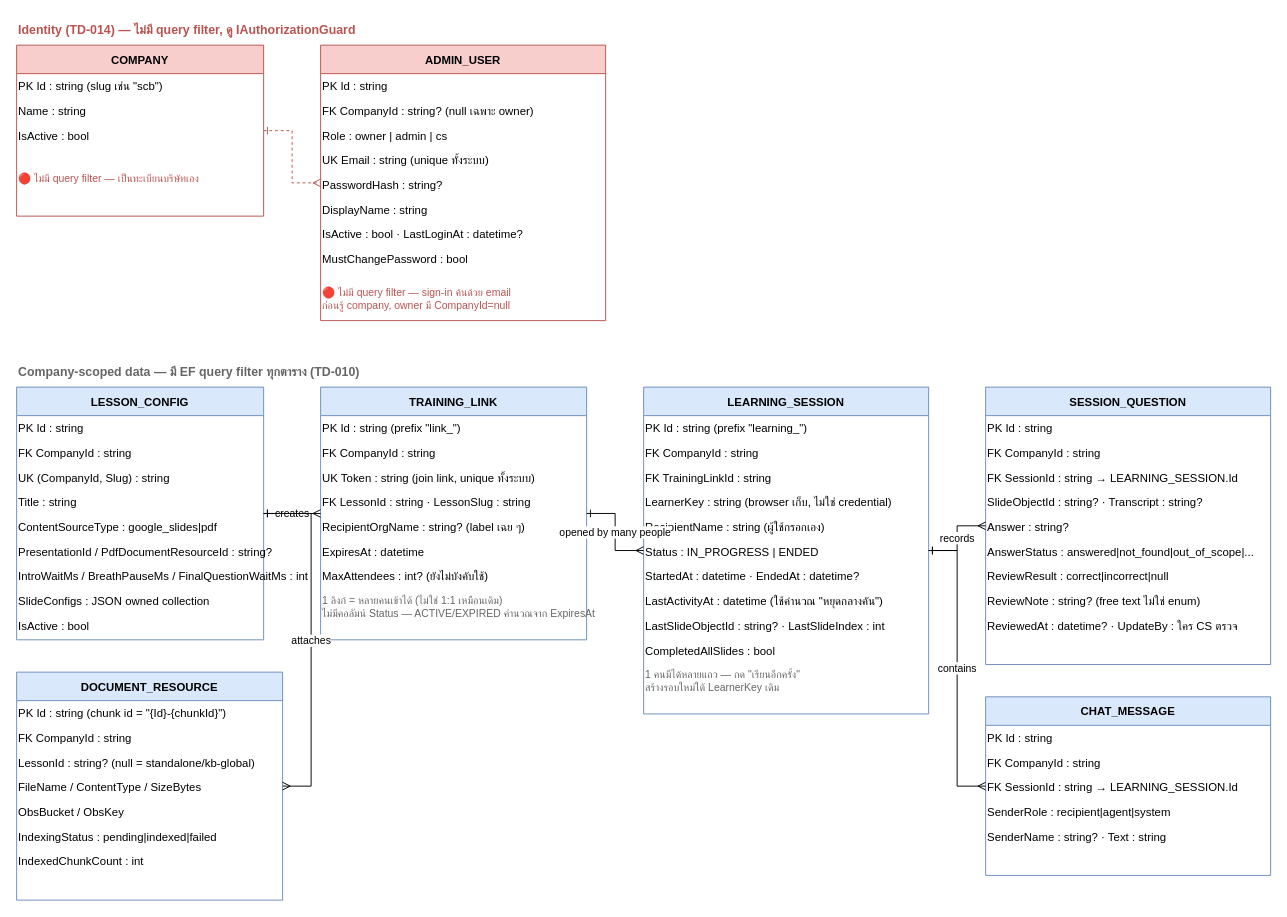
Before: backend/docs/ER_DIAGRAM.drawio in Sathaporn24/sb_supportroom, a draw.io diagram. Source tidied: cells renumbered, new cells numbered last; positions are measured from the earlier drawing's top-left corner, leaving out a move shared by most shapes. Both pictures are drawn from the tidied source at 95%, with x=0, y=0 at pixel (16, 16).
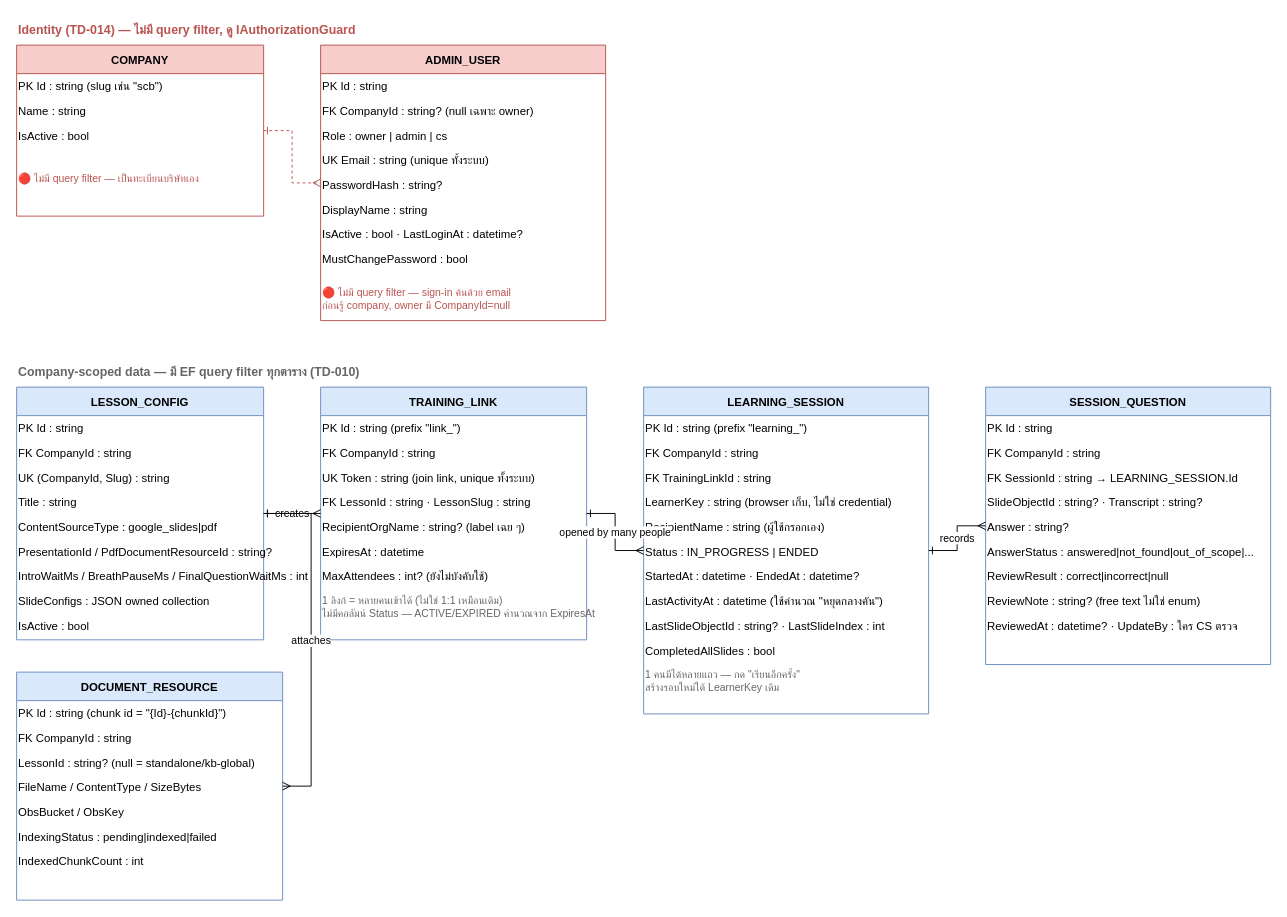
Above is the later version.

The change refers to these unchanged cells:
```xml
<mxCell id="38" value="LEARNING_SESSION" style="swimlane;fontStyle=1;align=center;startSize=30;fillColor=#dae8fc;strokeColor=#6c8ebf;" parent="1" vertex="1">
  <mxGeometry x="660" y="390" width="300" height="344" as="geometry" />
</mxCell>
```

Diff of the diagram source:
```diff
@@
-    <mxCell id="60" value="CHAT_MESSAGE" style="swimlane;fontStyle=1;align=center;startSize=30;fillColor=#dae8fc;strokeColor=#6c8ebf;" parent="1" vertex="1">
-      <mxGeometry x="1020" y="716" width="300" height="188" as="geometry" />
-    </mxCell>
-    <mxCell id="61" value="PK   Id : string" style="text;html=1;align=left;fontSize=12;" parent="60" vertex="1">
-      <mxGeometry y="30" width="300" height="26" as="geometry" />
-    </mxCell>
-    <mxCell id="62" value="FK   CompanyId : string" style="text;html=1;align=left;fontSize=12;" parent="60" vertex="1">
-      <mxGeometry y="56" width="300" height="26" as="geometry" />
-    </mxCell>
-    <mxCell id="63" value="FK   SessionId : string → LEARNING_SESSION.Id" style="text;html=1;align=left;fontSize=12;" parent="60" vertex="1">
-      <mxGeometry y="82" width="300" height="26" as="geometry" />
-    </mxCell>
-    <mxCell id="64" value="SenderRole : recipient|agent|system" style="text;html=1;align=left;fontSize=12;" parent="60" vertex="1">
-      <mxGeometry y="108" width="300" height="26" as="geometry" />
-    </mxCell>
-    <mxCell id="65" value="SenderName : string?  ·  Text : string" style="text;html=1;align=left;fontSize=12;" parent="60" vertex="1">
-      <mxGeometry y="134" width="300" height="26" as="geometry" />
-    </mxCell>
@@
-    <mxCell id="79" value="contains" style="edgeStyle=entityRelationEdgeStyle;rounded=0;html=1;endArrow=ERmany;startArrow=ERone;" parent="1" edge="1" source="38" target="60">
-      <mxGeometry relative="1" as="geometry" />
-    </mxCell>
```
